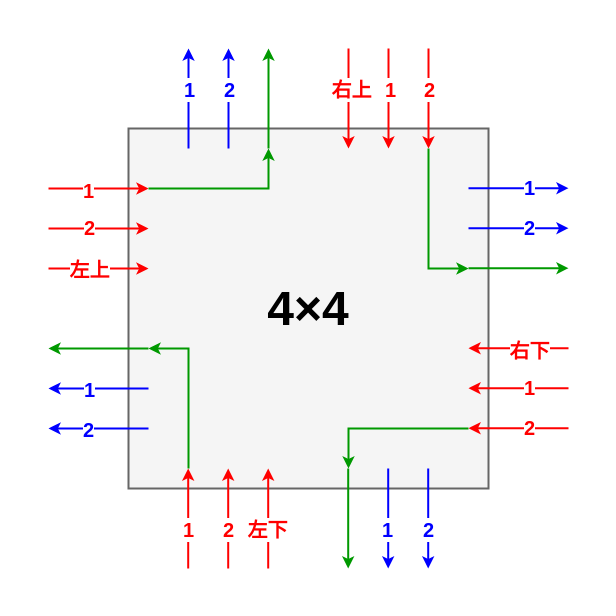
Earlier version of the draw.io diagram 编号流向图.drawio (As-The-Wind/game-of-life-4-4). Source tidied: cells renumbered, new cells numbered last; positions are measured from the earlier drawing's top-left corner, leaving out a move shared by most shapes. Both pictures are drawn from the tidied source at 100%, with x=0, y=0 at pixel (48, 48).
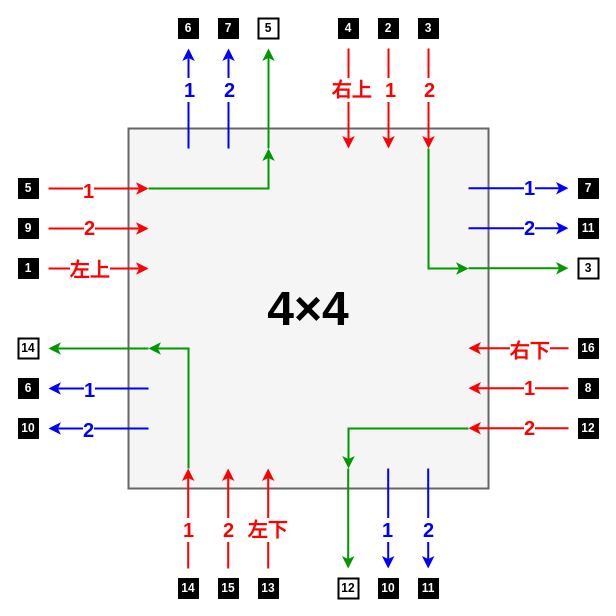
The same diagram, later.

Commit message:
Update 编号流向图.drawio

Diff of the diagram source:
```diff
@@
+    <mxCell id="52" value="5" style="rounded=0;whiteSpace=wrap;html=1;fontStyle=1;fillColor=#000000;fontColor=#ffffff;strokeColor=#000000;" parent="1" vertex="1">
+      <mxGeometry x="-30" y="130" width="20" height="20" as="geometry" />
+    </mxCell>
+    <mxCell id="53" value="9" style="rounded=0;whiteSpace=wrap;html=1;fontStyle=1;fillColor=#000000;fontColor=#ffffff;strokeColor=#000000;" parent="1" vertex="1">
+      <mxGeometry x="-30" y="170" width="20" height="20" as="geometry" />
+    </mxCell>
+    <mxCell id="54" value="1" style="rounded=0;whiteSpace=wrap;html=1;fontStyle=1;fillColor=#000000;fontColor=#ffffff;strokeColor=#000000;" parent="1" vertex="1">
+      <mxGeometry x="-30" y="210" width="20" height="20" as="geometry" />
+    </mxCell>
+    <mxCell id="55" value="6" style="rounded=0;whiteSpace=wrap;html=1;fontStyle=1;fillColor=#000000;fontColor=#ffffff;strokeColor=#000000;" parent="1" vertex="1">
+      <mxGeometry x="-30" y="330" width="20" height="20" as="geometry" />
+    </mxCell>
+    <mxCell id="56" value="10" style="rounded=0;whiteSpace=wrap;html=1;fontStyle=1;fillColor=#000000;fontColor=#ffffff;strokeColor=#000000;" parent="1" vertex="1">
+      <mxGeometry x="-30" y="370" width="20" height="20" as="geometry" />
+    </mxCell>
+    <mxCell id="57" value="14" style="rounded=0;whiteSpace=wrap;html=1;fontStyle=1;fillColor=#000000;fontColor=#ffffff;strokeColor=#000000;" parent="1" vertex="1">
+      <mxGeometry x="130" y="530" width="20" height="20" as="geometry" />
+    </mxCell>
+    <mxCell id="58" value="15" style="rounded=0;whiteSpace=wrap;html=1;fontStyle=1;fillColor=#000000;fontColor=#ffffff;strokeColor=#000000;" parent="1" vertex="1">
+      <mxGeometry x="170" y="530" width="20" height="20" as="geometry" />
+    </mxCell>
+    <mxCell id="59" value="13" style="rounded=0;whiteSpace=wrap;html=1;fontStyle=1;fillColor=#000000;fontColor=#ffffff;strokeColor=#000000;" parent="1" vertex="1">
+      <mxGeometry x="210" y="530" width="20" height="20" as="geometry" />
+    </mxCell>
+    <mxCell id="60" value="10" style="rounded=0;whiteSpace=wrap;html=1;fontStyle=1;fillColor=#000000;fontColor=#ffffff;strokeColor=#000000;" parent="1" vertex="1">
+      <mxGeometry x="330" y="530" width="20" height="20" as="geometry" />
+    </mxCell>
+    <mxCell id="61" value="11" style="rounded=0;whiteSpace=wrap;html=1;fontStyle=1;fillColor=#000000;fontColor=#ffffff;strokeColor=#000000;" parent="1" vertex="1">
+      <mxGeometry x="370" y="530" width="20" height="20" as="geometry" />
+    </mxCell>
+    <mxCell id="62" value="12" style="rounded=0;whiteSpace=wrap;html=1;fontStyle=1;fillColor=#000000;fontColor=#ffffff;strokeColor=#000000;" parent="1" vertex="1">
+      <mxGeometry x="530" y="370" width="20" height="20" as="geometry" />
+    </mxCell>
+    <mxCell id="63" value="8" style="rounded=0;whiteSpace=wrap;html=1;fontStyle=1;fillColor=#000000;fontColor=#ffffff;strokeColor=#000000;" parent="1" vertex="1">
+      <mxGeometry x="530" y="330" width="20" height="20" as="geometry" />
+    </mxCell>
+    <mxCell id="64" value="16" style="rounded=0;whiteSpace=wrap;html=1;fontStyle=1;fillColor=#000000;fontColor=#ffffff;strokeColor=#000000;" parent="1" vertex="1">
+      <mxGeometry x="530" y="290" width="20" height="20" as="geometry" />
+    </mxCell>
+    <mxCell id="65" value="11" style="rounded=0;whiteSpace=wrap;html=1;fontStyle=1;fillColor=#000000;fontColor=#ffffff;strokeColor=#000000;" parent="1" vertex="1">
+      <mxGeometry x="530" y="170" width="20" height="20" as="geometry" />
+    </mxCell>
+    <mxCell id="66" value="7" style="rounded=0;whiteSpace=wrap;html=1;fontStyle=1;fillColor=#000000;fontColor=#ffffff;strokeColor=#000000;" parent="1" vertex="1">
+      <mxGeometry x="530" y="130" width="20" height="20" as="geometry" />
+    </mxCell>
+    <mxCell id="67" value="6" style="rounded=0;whiteSpace=wrap;html=1;fontStyle=1;fillColor=#000000;fontColor=#ffffff;strokeColor=#000000;" parent="1" vertex="1">
+      <mxGeometry x="130" y="-30" width="20" height="20" as="geometry" />
+    </mxCell>
+    <mxCell id="68" value="7" style="rounded=0;whiteSpace=wrap;html=1;fontStyle=1;fillColor=#000000;fontColor=#ffffff;strokeColor=#000000;" parent="1" vertex="1">
+      <mxGeometry x="170" y="-30" width="20" height="20" as="geometry" />
+    </mxCell>
+    <mxCell id="69" value="4" style="rounded=0;whiteSpace=wrap;html=1;fontStyle=1;fillColor=#000000;fontColor=#ffffff;strokeColor=#000000;" parent="1" vertex="1">
+      <mxGeometry x="290" y="-30" width="20" height="20" as="geometry" />
+    </mxCell>
+    <mxCell id="70" value="2" style="rounded=0;whiteSpace=wrap;html=1;fontStyle=1;fillColor=#000000;fontColor=#ffffff;strokeColor=#000000;" parent="1" vertex="1">
+      <mxGeometry x="330" y="-30" width="20" height="20" as="geometry" />
+    </mxCell>
+    <mxCell id="71" value="3" style="rounded=0;whiteSpace=wrap;html=1;fontStyle=1;fillColor=#000000;fontColor=#ffffff;strokeColor=#000000;" parent="1" vertex="1">
+      <mxGeometry x="370" y="-30" width="20" height="20" as="geometry" />
+    </mxCell>
+    <mxCell id="72" value="5" style="rounded=0;whiteSpace=wrap;html=1;fontStyle=1;strokeWidth=2;" parent="1" vertex="1">
+      <mxGeometry x="210" y="-30" width="20" height="20" as="geometry" />
+    </mxCell>
+    <mxCell id="73" value="3" style="rounded=0;whiteSpace=wrap;html=1;fontStyle=1;strokeWidth=2;" parent="1" vertex="1">
+      <mxGeometry x="530" y="210" width="20" height="20" as="geometry" />
+    </mxCell>
+    <mxCell id="74" value="12" style="rounded=0;whiteSpace=wrap;html=1;fontStyle=1;strokeWidth=2;" parent="1" vertex="1">
+      <mxGeometry x="290" y="530" width="20" height="20" as="geometry" />
+    </mxCell>
+    <mxCell id="75" value="14" style="rounded=0;whiteSpace=wrap;html=1;fontStyle=1;strokeWidth=2;" parent="1" vertex="1">
+      <mxGeometry x="-30" y="290" width="20" height="20" as="geometry" />
+    </mxCell>
```
